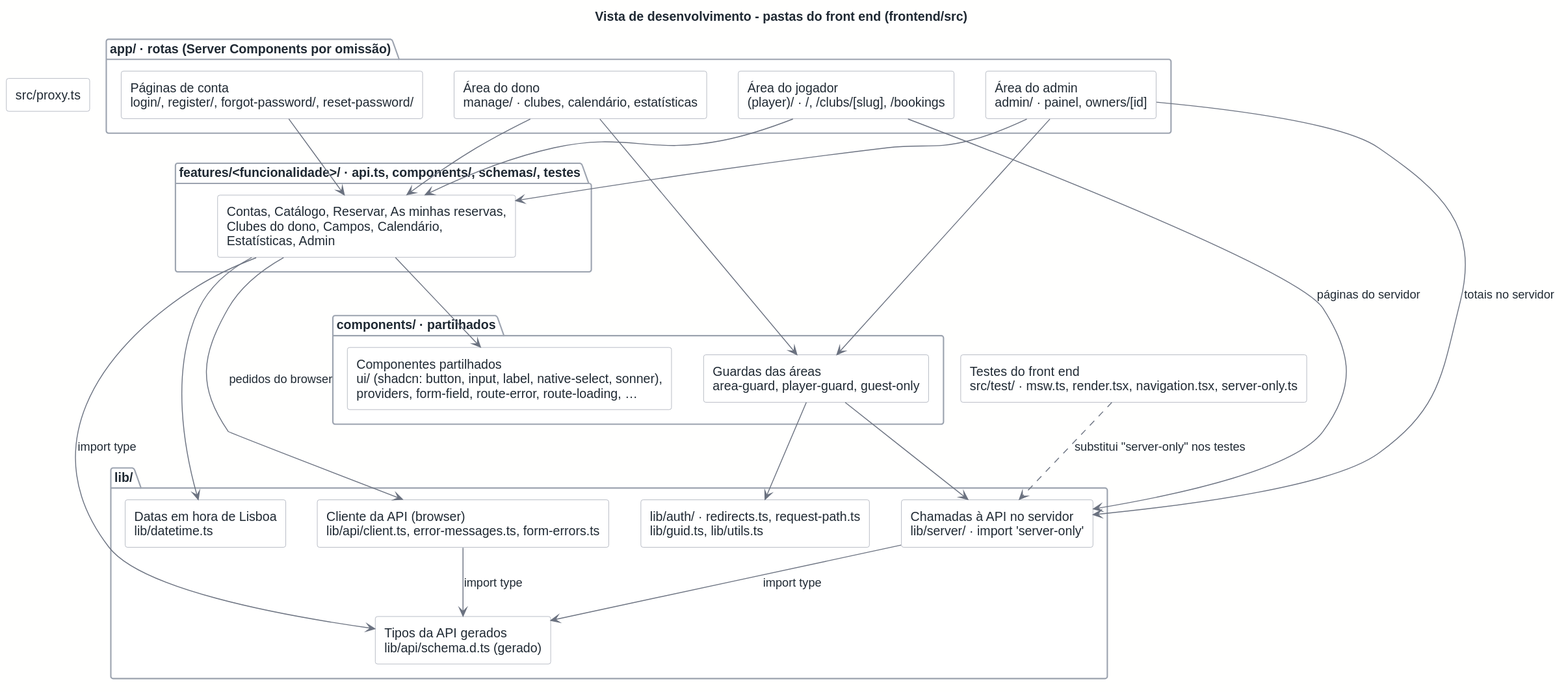
rodrigo4sousa/SportsEstablishments keeps this PlantUML diagram as docs/architecture/out/development-frontend.svg. Above is the earlier version.
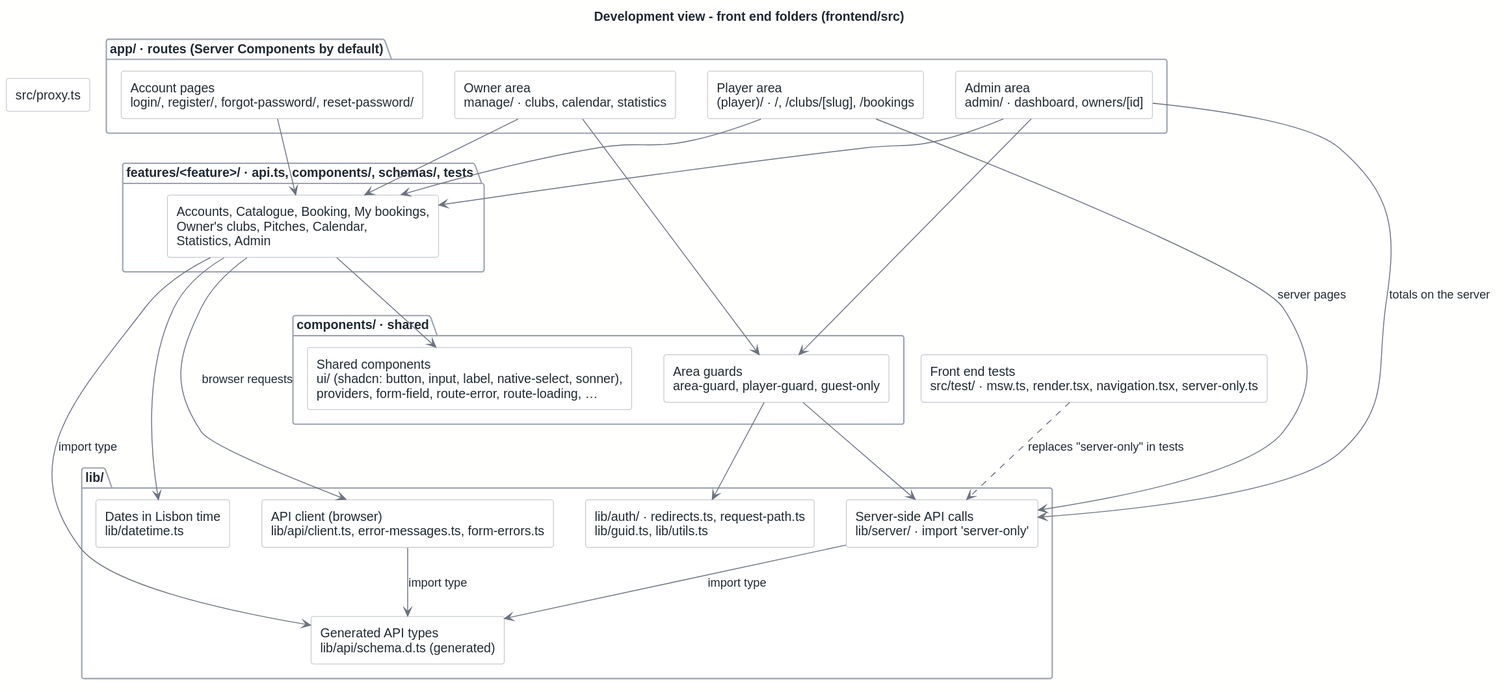
Above is the later version.

Change to the diagram source:
```diff
@@ -1,35 +1,35 @@
 @startuml
 !include ../style.puml
-title Vista de desenvolvimento - pastas do front end (frontend/src)
+title Development view - front end folders (frontend/src)
 
 skinparam defaultTextAlignment left
 
-package "app/ · rotas (Server Components por omissão)" {
-  rectangle "Área do jogador\n(player)/ · /, /clubs/[slug], /bookings" as WEB_AREA_PLAYER
-  rectangle "Área do dono\nmanage/ · clubes, calendário, estatísticas" as WEB_AREA_MANAGE
-  rectangle "Área do admin\nadmin/ · painel, owners/[id]" as WEB_AREA_ADMIN
-  rectangle "Páginas de conta\nlogin/, register/, forgot-password/, reset-password/" as WEB_AREA_ACCOUNT
+package "app/ · routes (Server Components by default)" {
+  rectangle "Player area\n(player)/ · /, /clubs/[slug], /bookings" as WEB_AREA_PLAYER
+  rectangle "Owner area\nmanage/ · clubs, calendar, statistics" as WEB_AREA_MANAGE
+  rectangle "Admin area\nadmin/ · dashboard, owners/[id]" as WEB_AREA_ADMIN
+  rectangle "Account pages\nlogin/, register/, forgot-password/, reset-password/" as WEB_AREA_ACCOUNT
 }
 
-package "features/<funcionalidade>/ · api.ts, components/, schemas/, testes" {
-  rectangle "Contas, Catálogo, Reservar, As minhas reservas,\nClubes do dono, Campos, Calendário,\nEstatísticas, Admin" as FEATURES
+package "features/<feature>/ · api.ts, components/, schemas/, tests" {
+  rectangle "Accounts, Catalogue, Booking, My bookings,\nOwner's clubs, Pitches, Calendar,\nStatistics, Admin" as FEATURES
 }
 
-package "components/ · partilhados" {
-  rectangle "Guardas das áreas\narea-guard, player-guard, guest-only" as WEB_GUARDS
-  rectangle "Componentes partilhados\nui/ (shadcn: button, input, label, native-select, sonner),\nproviders, form-field, route-error, route-loading, …" as WEB_UI
+package "components/ · shared" {
+  rectangle "Area guards\narea-guard, player-guard, guest-only" as WEB_GUARDS
+  rectangle "Shared components\nui/ (shadcn: button, input, label, native-select, sonner),\nproviders, form-field, route-error, route-loading, …" as WEB_UI
 }
 
 package "lib/" {
-  rectangle "Cliente da API (browser)\nlib/api/client.ts, error-messages.ts, form-errors.ts" as WEB_API_CLIENT
-  rectangle "Tipos da API gerados\nlib/api/schema.d.ts (gerado)" as DEV_WEBTYPES
-  rectangle "Chamadas à API no servidor\nlib/server/ · import 'server-only'" as WEB_SERVER
-  rectangle "Datas em hora de Lisboa\nlib/datetime.ts" as WEB_DATETIME
+  rectangle "API client (browser)\nlib/api/client.ts, error-messages.ts, form-errors.ts" as WEB_API_CLIENT
+  rectangle "Generated API types\nlib/api/schema.d.ts (generated)" as DEV_WEBTYPES
+  rectangle "Server-side API calls\nlib/server/ · import 'server-only'" as WEB_SERVER
+  rectangle "Dates in Lisbon time\nlib/datetime.ts" as WEB_DATETIME
   rectangle "lib/auth/ · redirects.ts, request-path.ts\nlib/guid.ts, lib/utils.ts" as LIBMISC
 }
 
 rectangle "src/proxy.ts" as WEB_PROXY
-rectangle "Testes do front end\nsrc/test/ · msw.ts, render.tsx, navigation.tsx, server-only.ts" as DEV_TEST_WEB
+rectangle "Front end tests\nsrc/test/ · msw.ts, render.tsx, navigation.tsx, server-only.ts" as DEV_TEST_WEB
 
 WEB_AREA_PLAYER --> FEATURES
 WEB_AREA_MANAGE --> FEATURES
@@ -37,15 +37,15 @@
 WEB_AREA_ACCOUNT --> FEATURES
 WEB_AREA_MANAGE --> WEB_GUARDS
 WEB_AREA_ADMIN --> WEB_GUARDS
-WEB_AREA_PLAYER --> WEB_SERVER : páginas do servidor
-WEB_AREA_ADMIN --> WEB_SERVER : totais no servidor
+WEB_AREA_PLAYER --> WEB_SERVER : server pages
+WEB_AREA_ADMIN --> WEB_SERVER : totals on the server
 WEB_GUARDS --> WEB_SERVER
-FEATURES --> WEB_API_CLIENT : pedidos do browser
+FEATURES --> WEB_API_CLIENT : browser requests
 FEATURES --> WEB_UI
 FEATURES --> WEB_DATETIME
 FEATURES --> DEV_WEBTYPES : import type
 WEB_API_CLIENT --> DEV_WEBTYPES : import type
 WEB_SERVER --> DEV_WEBTYPES : import type
 WEB_GUARDS --> LIBMISC
-DEV_TEST_WEB ..> WEB_SERVER : substitui "server-only" nos testes
+DEV_TEST_WEB ..> WEB_SERVER : replaces "server-only" in tests
 @enduml
```
